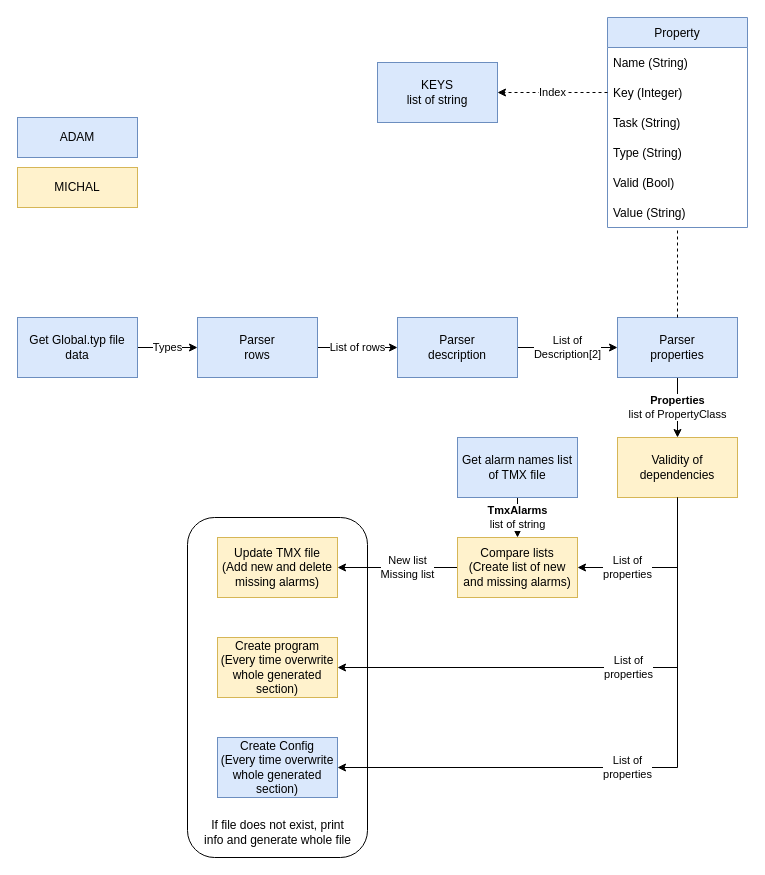
Above: CreateAlarms.drawio in br-automation-community-oss/create-alarms (draw.io), before the change. Source tidied: cells renumbered, new cells numbered last; positions are measured from the earlier drawing's top-left corner, leaving out a move shared by most shapes. Both pictures are drawn from the tidied source at 100%, with x=0, y=0 at pixel (17, 17).
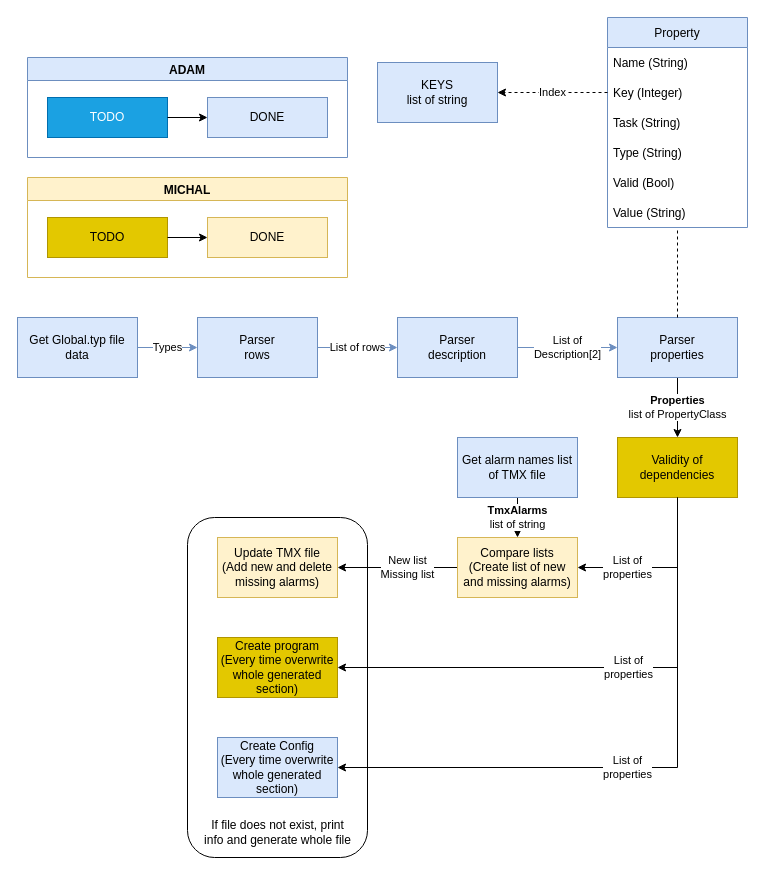
The same page after the edit.

Unchanged cells that the change refers to:
```xml
<mxCell id="11" value="Parser&lt;br&gt;description" style="rounded=0;whiteSpace=wrap;html=1;fillColor=#dae8fc;strokeColor=#6c8ebf;" parent="1" vertex="1">
  <mxGeometry x="380" y="300" width="120" height="60" as="geometry" />
</mxCell>
<mxCell id="13" value="Parser&lt;br&gt;rows" style="rounded=0;whiteSpace=wrap;html=1;fillColor=#dae8fc;strokeColor=#6c8ebf;" parent="1" vertex="1">
  <mxGeometry x="180" y="300" width="120" height="60" as="geometry" />
</mxCell>
<mxCell id="15" value="Parser&lt;br&gt;properties" style="rounded=0;whiteSpace=wrap;html=1;fillColor=#dae8fc;strokeColor=#6c8ebf;" parent="1" vertex="1">
  <mxGeometry x="600" y="300" width="120" height="60" as="geometry" />
</mxCell>
<mxCell id="24" value="Get Global.typ file data" style="rounded=0;whiteSpace=wrap;html=1;fillColor=#dae8fc;strokeColor=#6c8ebf;" parent="1" vertex="1">
  <mxGeometry y="300" width="120" height="60" as="geometry" />
</mxCell>
```

Change to the diagram source:
```diff
@@
-    <mxCell id="10" value="List of &lt;br&gt;Description[2]" style="edgeStyle=orthogonalEdgeStyle;rounded=0;jettySize=auto;html=1;entryX=0;entryY=0.5;entryDx=0;entryDy=0;" parent="1" edge="1" source="11" target="15">
+    <mxCell id="10" value="List of &lt;br&gt;Description[2]" style="edgeStyle=orthogonalEdgeStyle;rounded=0;jettySize=auto;html=1;entryX=0;entryY=0.5;entryDx=0;entryDy=0;fillColor=#dae8fc;strokeColor=#6c8ebf;" parent="1" edge="1" source="11" target="15">
       <mxGeometry relative="1" as="geometry" />
     </mxCell>
@@
-    <mxCell id="12" value="List of rows" style="edgeStyle=orthogonalEdgeStyle;rounded=0;jettySize=auto;html=1;exitX=1;exitY=0.5;exitDx=0;exitDy=0;" parent="1" edge="1" source="13" target="11">
+    <mxCell id="12" value="List of rows" style="edgeStyle=orthogonalEdgeStyle;rounded=0;jettySize=auto;html=1;exitX=1;exitY=0.5;exitDx=0;exitDy=0;fillColor=#dae8fc;strokeColor=#6c8ebf;" parent="1" edge="1" source="13" target="11">
       <mxGeometry relative="1" as="geometry" />
     </mxCell>
@@
-    <mxCell id="18" value="Validity&amp;nbsp;of dependencies" style="rounded=0;whiteSpace=wrap;html=1;fillColor=#fff2cc;strokeColor=#d6b656;" parent="1" vertex="1">
+    <mxCell id="18" value="Validity&amp;nbsp;of dependencies" style="rounded=0;whiteSpace=wrap;html=1;fillColor=#e3c800;strokeColor=#B09500;fontColor=#000000;" parent="1" vertex="1">
       <mxGeometry x="600" y="420" width="120" height="60" as="geometry" />
     </mxCell>
@@
-    <mxCell id="21" value="Create program&lt;br&gt;(Every time overwrite whole generated section)" style="whiteSpace=wrap;html=1;rounded=0;fillColor=#fff2cc;strokeColor=#d6b656;" parent="1" vertex="1">
+    <mxCell id="21" value="Create program&lt;br&gt;(Every time overwrite whole generated section)" style="whiteSpace=wrap;html=1;rounded=0;fillColor=#e3c800;strokeColor=#B09500;fontColor=#000000;" parent="1" vertex="1">
       <mxGeometry x="200" y="620" width="120" height="60" as="geometry" />
     </mxCell>
@@
-    <mxCell id="23" value="Types" style="edgeStyle=orthogonalEdgeStyle;rounded=0;jettySize=auto;html=1;entryX=0;entryY=0.5;entryDx=0;entryDy=0;" parent="1" edge="1" source="24" target="13">
+    <mxCell id="23" value="Types" style="edgeStyle=orthogonalEdgeStyle;rounded=0;jettySize=auto;html=1;entryX=0;entryY=0.5;entryDx=0;entryDy=0;fillColor=#dae8fc;strokeColor=#6c8ebf;" parent="1" edge="1" source="24" target="13">
       <mxGeometry relative="1" as="geometry" />
     </mxCell>
@@
-    <mxCell id="26" value="ADAM" style="rounded=0;whiteSpace=wrap;html=1;fillColor=#dae8fc;strokeColor=#6c8ebf;" parent="1" vertex="1">
-      <mxGeometry y="100" width="120" height="40" as="geometry" />
-    </mxCell>
-    <mxCell id="27" value="MICHAL" style="rounded=0;whiteSpace=wrap;html=1;fillColor=#fff2cc;strokeColor=#d6b656;" parent="1" vertex="1">
-      <mxGeometry y="150" width="120" height="40" as="geometry" />
-    </mxCell>
@@
+    <mxCell id="35" value="ADAM" style="swimlane;fillColor=#dae8fc;strokeColor=#6c8ebf;" parent="1" vertex="1">
+      <mxGeometry x="10" y="40" width="320" height="100" as="geometry" />
+    </mxCell>
+    <mxCell id="26" value="TODO" style="rounded=0;whiteSpace=wrap;html=1;fillColor=#1ba1e2;strokeColor=#006EAF;fontColor=#ffffff;" parent="35" vertex="1">
+      <mxGeometry x="20" y="40" width="120" height="40" as="geometry" />
+    </mxCell>
+    <mxCell id="36" value="DONE" style="rounded=0;whiteSpace=wrap;html=1;fillColor=#dae8fc;strokeColor=#6c8ebf;" parent="35" vertex="1">
+      <mxGeometry x="180" y="40" width="120" height="40" as="geometry" />
+    </mxCell>
+    <mxCell id="37" style="edgeStyle=orthogonalEdgeStyle;rounded=0;jettySize=auto;html=1;entryX=0;entryY=0.5;entryDx=0;entryDy=0;" parent="35" edge="1" source="26" target="36">
+      <mxGeometry relative="1" as="geometry" />
+    </mxCell>
+    <mxCell id="27" value="MICHAL" style="swimlane;fillColor=#fff2cc;strokeColor=#d6b656;" parent="1" vertex="1">
+      <mxGeometry x="10" y="160" width="320" height="100" as="geometry" />
+    </mxCell>
+    <mxCell id="38" value="TODO" style="rounded=0;whiteSpace=wrap;html=1;fillColor=#e3c800;strokeColor=#B09500;fontColor=#000000;" parent="27" vertex="1">
+      <mxGeometry x="20" y="40" width="120" height="40" as="geometry" />
+    </mxCell>
+    <mxCell id="39" value="DONE" style="rounded=0;whiteSpace=wrap;html=1;fillColor=#fff2cc;strokeColor=#d6b656;" parent="27" vertex="1">
+      <mxGeometry x="180" y="40" width="120" height="40" as="geometry" />
+    </mxCell>
+    <mxCell id="40" style="edgeStyle=orthogonalEdgeStyle;rounded=0;jettySize=auto;html=1;entryX=0;entryY=0.5;entryDx=0;entryDy=0;" parent="27" edge="1" source="38" target="39">
+      <mxGeometry relative="1" as="geometry" />
+    </mxCell>
```
